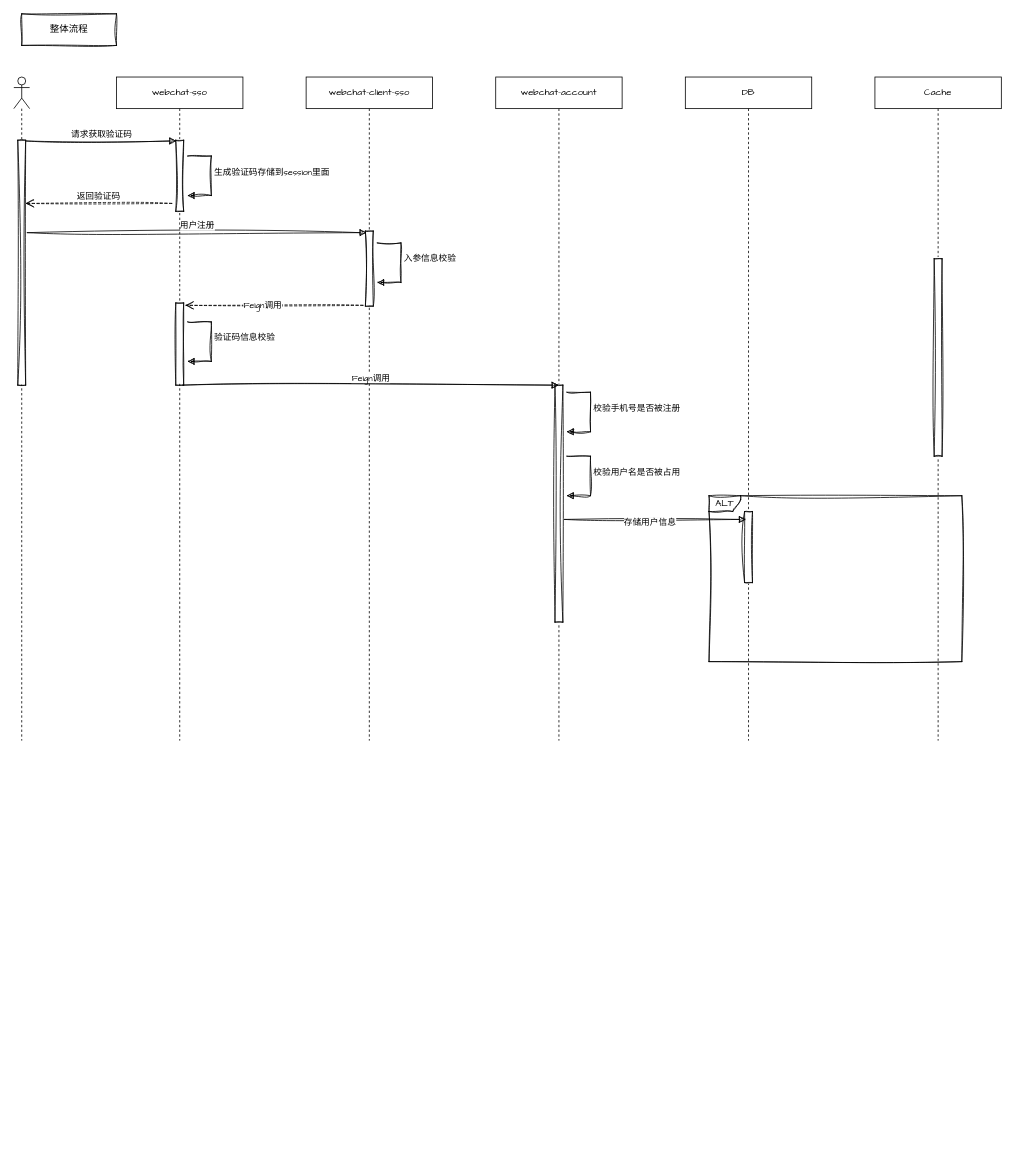
Earlier version of the draw.io diagram webchat/1、验证码生成、登录、注册.drawio (niuxiaocong/knowledage-notes). Source tidied: cells renumbered, new cells numbered last; positions are measured from the earlier drawing's top-left corner, leaving out a move shared by most shapes. Both pictures are drawn from the tidied source at 79%, with x=0, y=0 at pixel (13, 13).
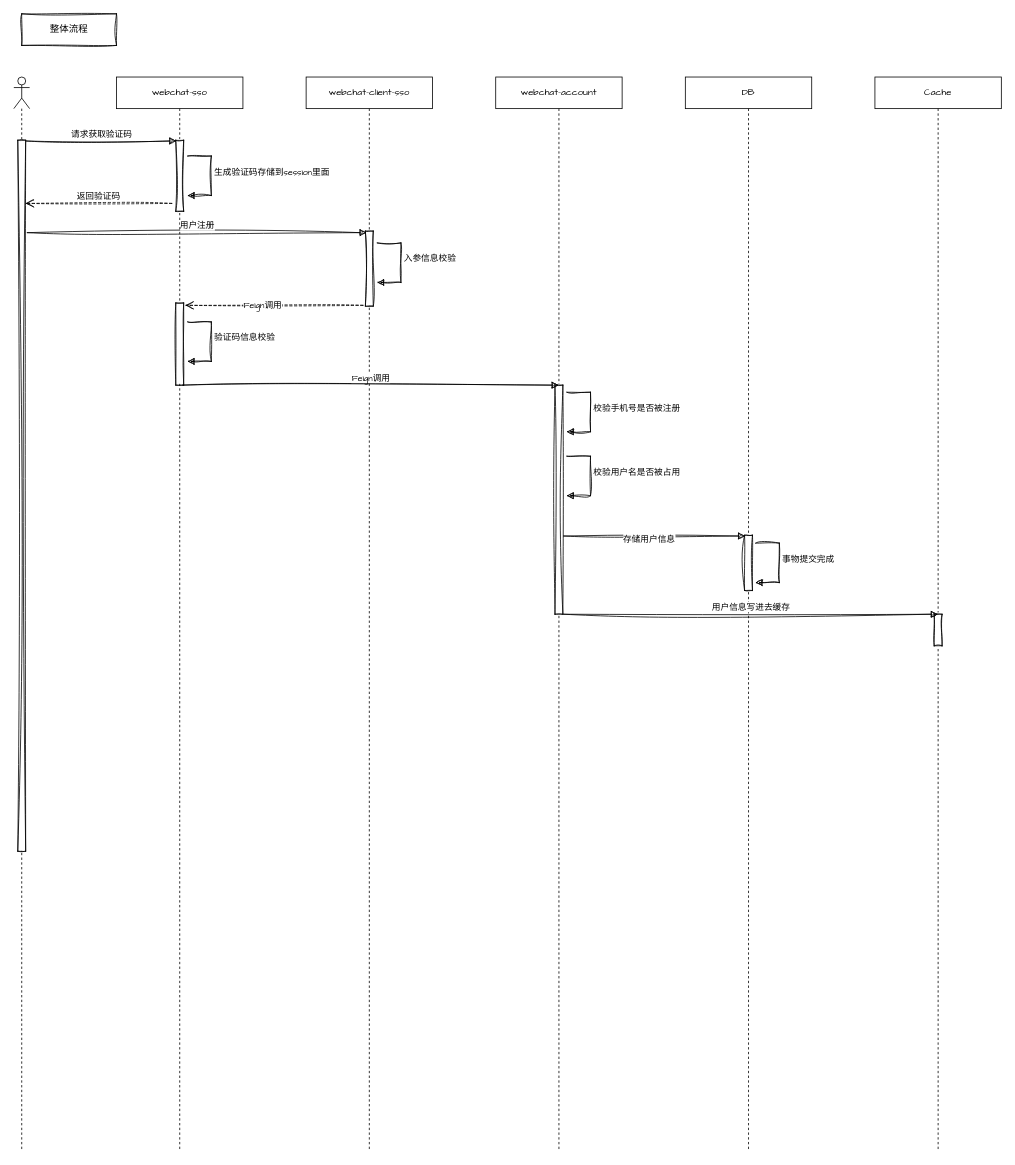
The same page after the edit.

Commit message (it also covers changes not shown here):
更新1、验证码生成、登录、注册.drawio

Diff of the diagram source:
```diff
@@
     <mxCell id="2" value="webchat-sso" style="shape=umlLifeline;perimeter=lifelinePerimeter;whiteSpace=wrap;html=1;newEdgeStyle={&quot;curved&quot;:0,&quot;rounded&quot;:0};hachureGap=4;fontFamily=Architects Daughter;" parent="1" vertex="1">
-      <mxGeometry x="130" y="80" width="160" height="840" as="geometry" />
+      <mxGeometry x="130" y="80" width="160" height="1360" as="geometry" />
     </mxCell>
@@
     <mxCell id="5" value="webchat-client-sso" style="shape=umlLifeline;perimeter=lifelinePerimeter;whiteSpace=wrap;html=1;newEdgeStyle={&quot;curved&quot;:0,&quot;rounded&quot;:0};hachureGap=4;fontFamily=Architects Daughter;" parent="1" vertex="1">
-      <mxGeometry x="370" y="80" width="160" height="840" as="geometry" />
+      <mxGeometry x="370" y="80" width="160" height="1360" as="geometry" />
     </mxCell>
@@
     <mxCell id="7" value="webchat-account" style="shape=umlLifeline;perimeter=lifelinePerimeter;whiteSpace=wrap;html=1;outlineConnect=0;portConstraint=eastwest;newEdgeStyle={&quot;curved&quot;:0,&quot;rounded&quot;:0};hachureGap=4;fontFamily=Architects Daughter;" parent="1" vertex="1">
-      <mxGeometry x="610" y="80" width="160" height="840" as="geometry" />
+      <mxGeometry x="610" y="80" width="160" height="1360" as="geometry" />
     </mxCell>
     <mxCell id="8" style="html=1;perimeter=orthogonalPerimeter;targetShapes=umlLifeline;newEdgeStyle={&quot;curved&quot;:0,&quot;rounded&quot;:0};hachureGap=4;fontFamily=Architects Daughter;sketch=1;curveFitting=1;jiggle=2;" parent="7" vertex="1">
-      <mxGeometry x="75" y="390" width="10" height="300" as="geometry" />
+      <mxGeometry x="75" y="390" width="10" height="290" as="geometry" />
     </mxCell>
     <mxCell id="9" style="shape=umlLifeline;perimeter=lifelinePerimeter;whiteSpace=wrap;html=1;newEdgeStyle={&quot;curved&quot;:0,&quot;rounded&quot;:0};participant=umlActor;hachureGap=4;fontFamily=Architects Daughter;" parent="1" vertex="1">
-      <mxGeometry y="80" width="20" height="840" as="geometry" />
+      <mxGeometry y="80" width="20" height="1360" as="geometry" />
     </mxCell>
     <mxCell id="10" style="html=1;points=[[0,0,0,0,5],[0,1,0,0,-5],[1,0,0,0,5],[1,1,0,0,-5]];perimeter=orthogonalPerimeter;outlineConnect=0;targetShapes=umlLifeline;portConstraint=eastwest;newEdgeStyle={&quot;curved&quot;:0,&quot;rounded&quot;:0};sketch=1;hachureGap=4;jiggle=2;curveFitting=1;fontFamily=Architects Daughter;" parent="9" vertex="1">
-      <mxGeometry x="5" y="80" width="10" height="310" as="geometry" />
+      <mxGeometry x="5" y="80" width="10" height="900" as="geometry" />
     </mxCell>
@@
     <mxCell id="23" value="DB" style="shape=umlLifeline;perimeter=lifelinePerimeter;whiteSpace=wrap;html=1;newEdgeStyle={&quot;curved&quot;:0,&quot;rounded&quot;:0};hachureGap=4;fontFamily=Architects Daughter;" parent="1" vertex="1">
-      <mxGeometry x="850" y="80" width="160" height="840" as="geometry" />
+      <mxGeometry x="850" y="80" width="160" height="1360" as="geometry" />
     </mxCell>
     <mxCell id="24" style="html=1;perimeter=orthogonalPerimeter;targetShapes=umlLifeline;newEdgeStyle={&quot;curved&quot;:0,&quot;rounded&quot;:0};hachureGap=4;fontFamily=Architects Daughter;sketch=1;curveFitting=1;jiggle=2;" parent="23" vertex="1">
-      <mxGeometry x="75" y="550" width="10" height="90" as="geometry" />
+      <mxGeometry x="75" y="580" width="10" height="70" as="geometry" />
     </mxCell>
     <mxCell id="25" value="Cache" style="shape=umlLifeline;perimeter=lifelinePerimeter;whiteSpace=wrap;html=1;outlineConnect=0;portConstraint=eastwest;newEdgeStyle={&quot;curved&quot;:0,&quot;rounded&quot;:0};hachureGap=4;fontFamily=Architects Daughter;" parent="1" vertex="1">
-      <mxGeometry x="1090" y="80" width="160" height="840" as="geometry" />
+      <mxGeometry x="1090" y="80" width="160" height="1360" as="geometry" />
     </mxCell>
     <mxCell id="26" style="html=1;perimeter=orthogonalPerimeter;targetShapes=umlLifeline;newEdgeStyle={&quot;curved&quot;:0,&quot;rounded&quot;:0};hachureGap=4;fontFamily=Architects Daughter;sketch=1;curveFitting=1;jiggle=2;" parent="25" vertex="1">
-      <mxGeometry x="75" y="230" width="10" height="250" as="geometry" />
+      <mxGeometry x="75" y="680" width="10" height="40" as="geometry" />
     </mxCell>
     <mxCell id="27" style="html=1;verticalAlign=bottom;endArrow=block;curved=0;rounded=0;sketch=1;hachureGap=4;jiggle=2;curveFitting=1;fontFamily=Architects Daughter;" parent="1" edge="1">
       <mxGeometry relative="1" as="geometry">
-        <mxPoint x="697" y="640" as="sourcePoint" />
-        <mxPoint x="926.5" y="640" as="targetPoint" />
+        <mxPoint x="696" y="661" as="sourcePoint" />
+        <mxPoint x="925.5" y="661" as="targetPoint" />
       </mxGeometry>
     </mxCell>
@@
-    <mxCell id="29" value="ALT" style="shape=umlFrame;whiteSpace=wrap;html=1;sketch=1;hachureGap=4;jiggle=2;curveFitting=1;fontFamily=Architects Daughter;width=40;height=20;" parent="1" vertex="1">
-      <mxGeometry x="880" y="610" width="320" height="210" as="geometry" />
-    </mxCell>
+    <mxCell id="30" value="事物提交完成" style="html=1;align=left;spacingLeft=2;endArrow=block;rounded=0;edgeStyle=orthogonalEdgeStyle;curved=0;rounded=0;sketch=1;hachureGap=4;jiggle=2;curveFitting=1;fontFamily=Architects Daughter;" parent="1" edge="1">
+      <mxGeometry x="-0.09" relative="1" as="geometry">
+        <mxPoint x="939" y="670" as="sourcePoint" />
+        <mxPoint x="939" y="720" as="targetPoint" />
+        <Array as="points">
+          <mxPoint x="969" y="670" />
+          <mxPoint x="969" y="720" />
+          <mxPoint x="944" y="720" />
+        </Array>
+      </mxGeometry>
+    </mxCell>
+    <mxCell id="31" value="用户信息写进去缓存" style="html=1;verticalAlign=bottom;endArrow=block;curved=0;rounded=0;sketch=1;hachureGap=4;jiggle=2;curveFitting=1;fontFamily=Architects Daughter;" parent="1" edge="1" target="25">
+      <mxGeometry relative="1" as="geometry">
+        <mxPoint x="696" y="760" as="sourcePoint" />
+      </mxGeometry>
+    </mxCell>
```
